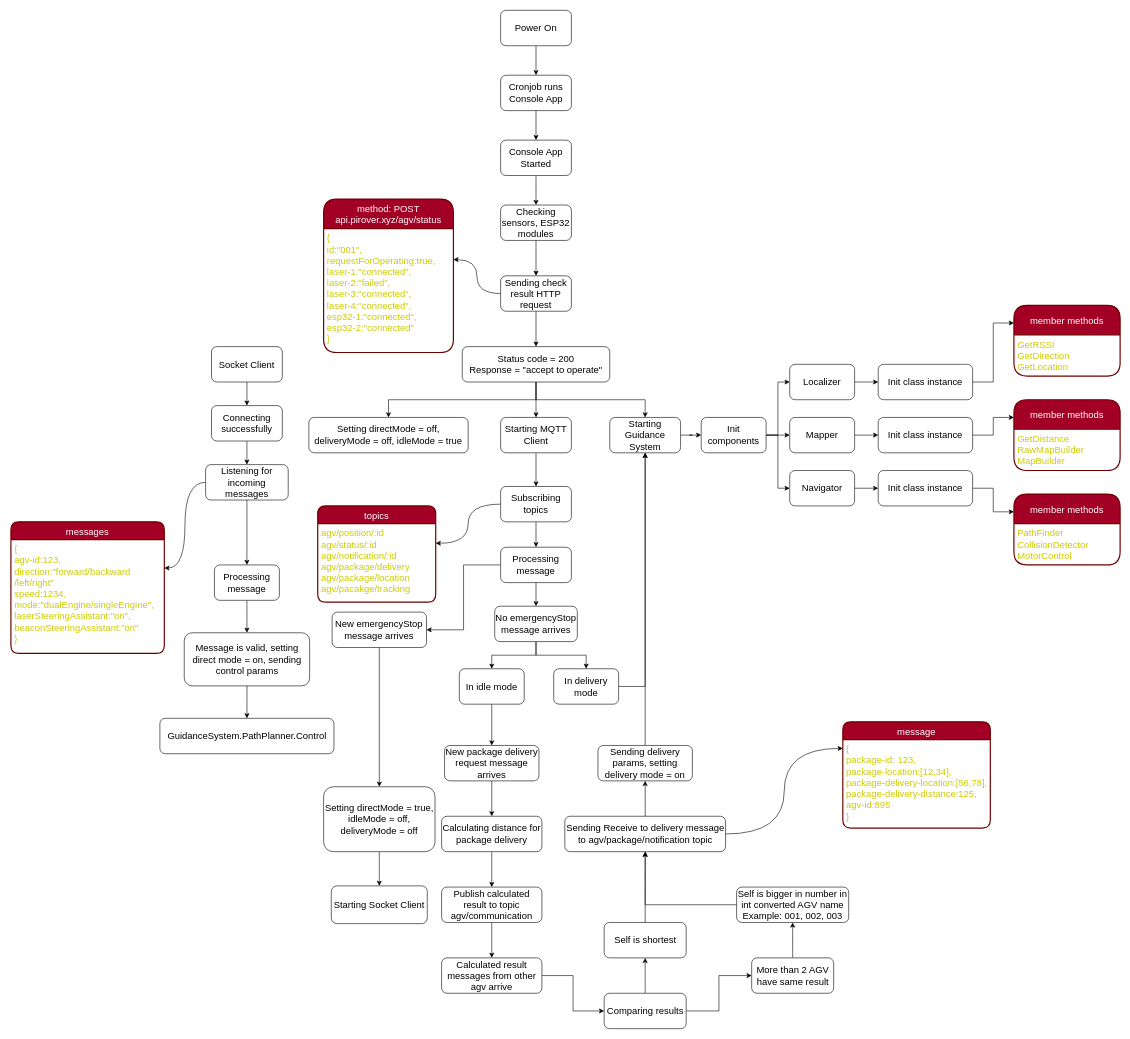
kirichain/AGV keeps this draw.io diagram as WorkFlows/AGV.drawio. Above is the earlier version. Source tidied: cells renumbered, new cells numbered last; positions are measured from the earlier drawing's top-left corner, leaving out a move shared by most shapes. Both pictures are drawn from the tidied source at 59%, with x=0, y=0 at pixel (11, 10).
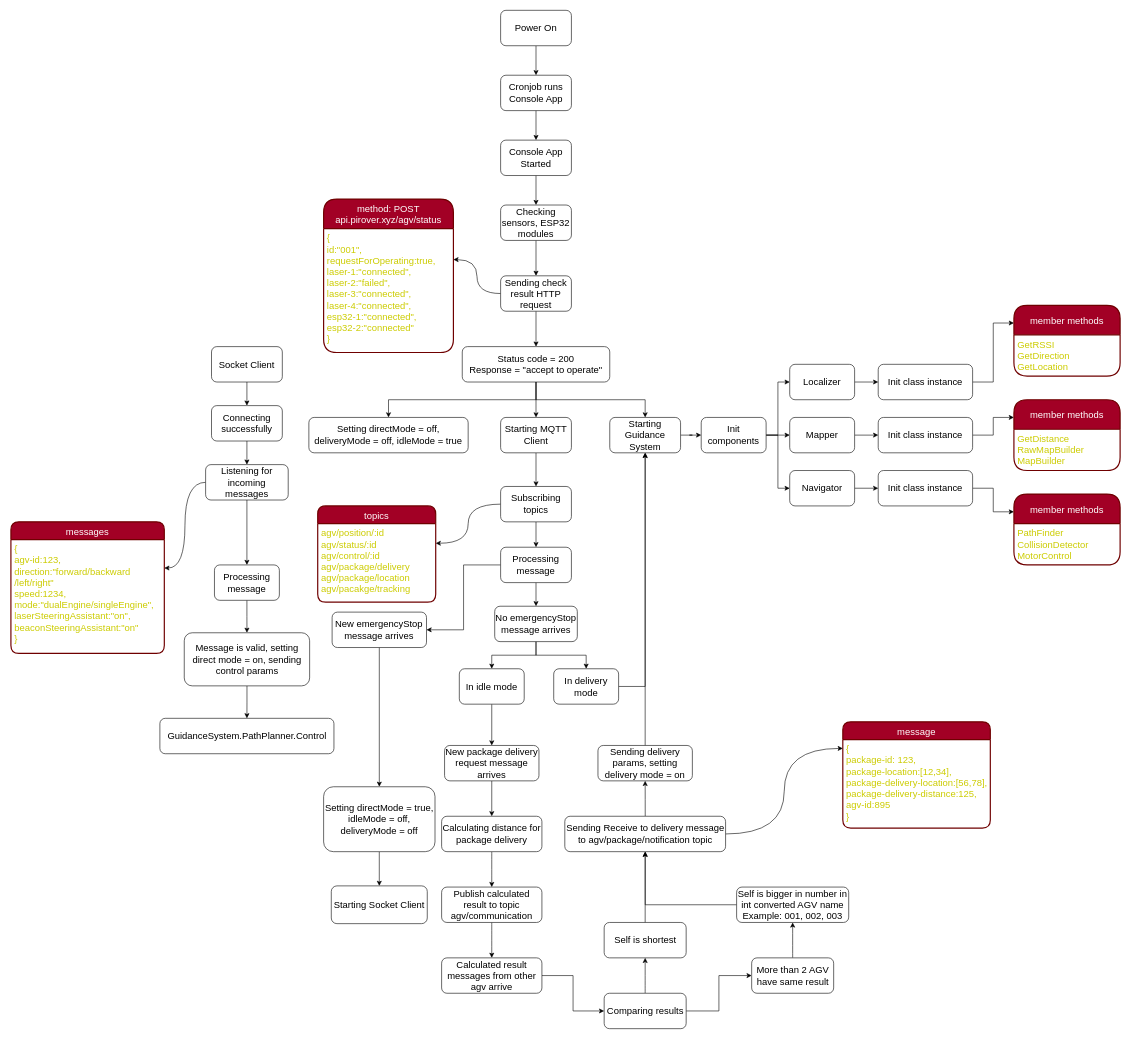
The same diagram, later.

The change refers to these unchanged cells:
```xml
<mxCell id="28" value="topics" style="swimlane;horizontal=1;startSize=30;rounded=1;fontSize=16;fontStyle=0;strokeWidth=2;shadow=0;dashed=0;align=center;fillColor=#a20025;fontColor=#ffffff;strokeColor=#6F0000;" parent="1" vertex="1">
  <mxGeometry x="520" y="840" width="200" height="163" as="geometry" />
</mxCell>
```

Change to the diagram source:
```diff
@@
-    <mxCell id="29" value="agv/position/:id&#10;agv/status/:id&#10;agv/notification/:id&#10;agv/package/delivery&#10;agv/package/location&#10;agv/pacakge/tracking" style="align=left;strokeColor=none;fillColor=none;spacingLeft=4;fontSize=16;verticalAlign=top;fontColor=#CCCC00;" parent="28" vertex="1">
+    <mxCell id="29" value="agv/position/:id&#10;agv/status/:id&#10;agv/control/:id&#10;agv/package/delivery&#10;agv/package/location&#10;agv/pacakge/tracking" style="align=left;strokeColor=none;fillColor=none;spacingLeft=4;fontSize=16;verticalAlign=top;fontColor=#CCCC00;" parent="28" vertex="1">
       <mxGeometry y="30" width="200" height="133" as="geometry" />
     </mxCell>
```
